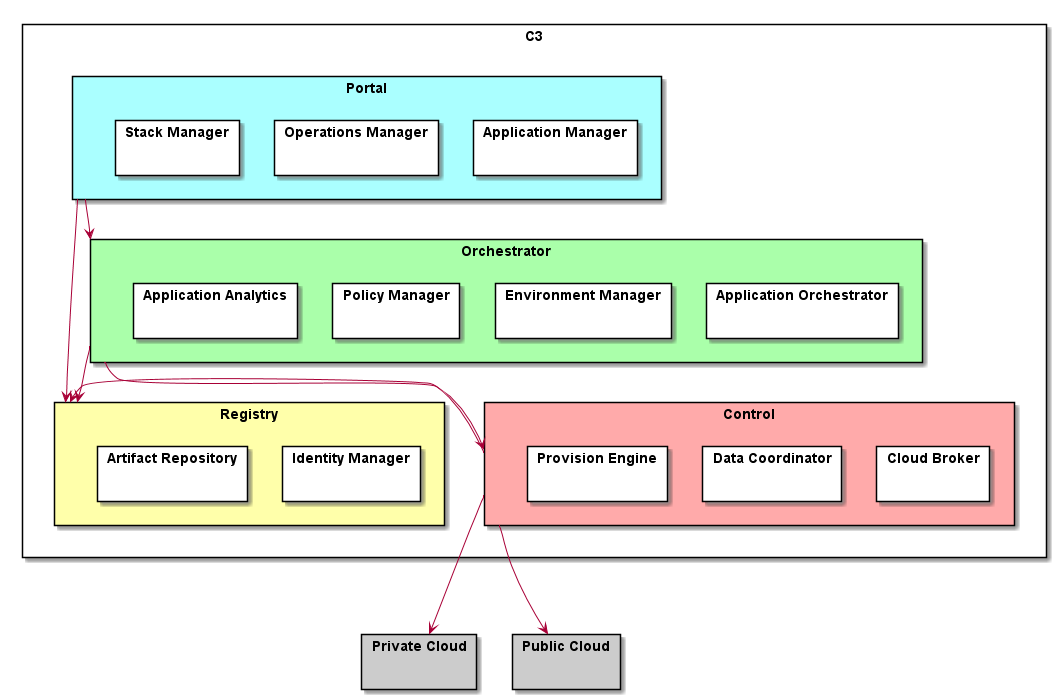
Before: docs/TopLevelArchitecture.png, a diagram exported from PlantUML (CAADE/C3).
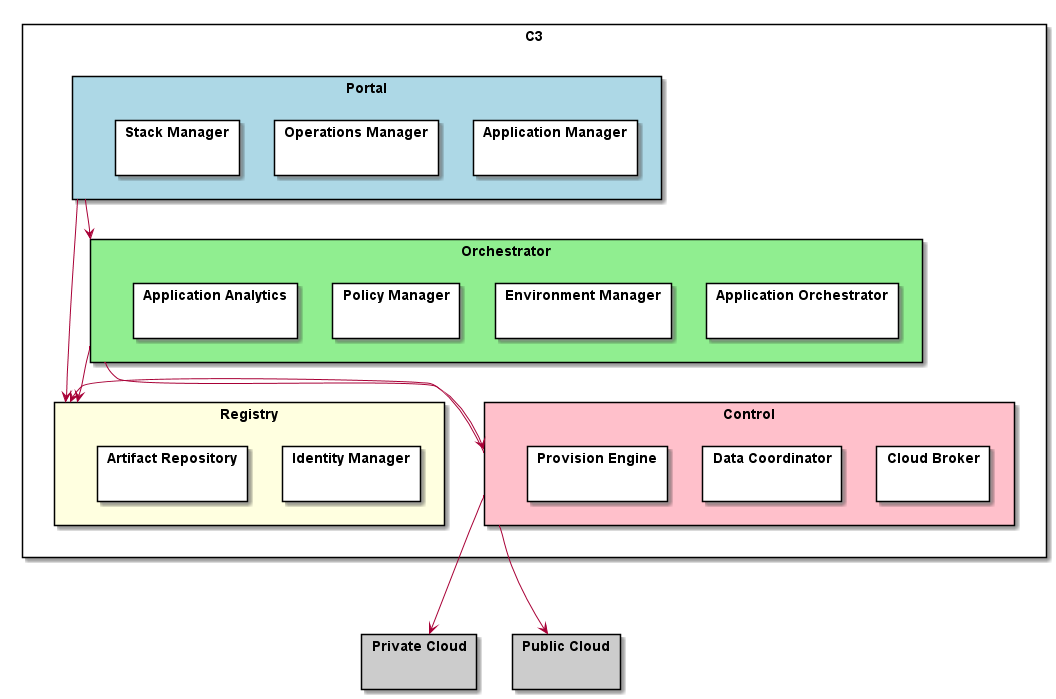
The same diagram one commit later.

Change to the diagram source:
```diff
@@ -3,23 +3,23 @@
 skinparam packageStyle rect
 
 package C3 {
-package "Portal" #aaffff {
+package "Portal" #lightblue {
     package "Application Manager" { }
     package "Operations Manager" { }
     package "Stack Manager" { }
 }
-package "Orchestrator" #aaffaa {
+package "Orchestrator" #lightgreen {
     package "Application Orchestrator" { }
     package "Environment Manager" { }
     package "Policy Manager" { }
     package "Application Analytics" { }
 }
-package "Registry" #ffffaa {
+package "Registry" #lightyellow {
     package "Identity Manager" { }
     package "Artifact Repository" { }
 }
 
-package "Control" #ffaaaa {
+package "Control" #pink {
     package "Cloud Broker" { }
     package "Data Coordinator" { }
     package "Provision Engine" { }
```
